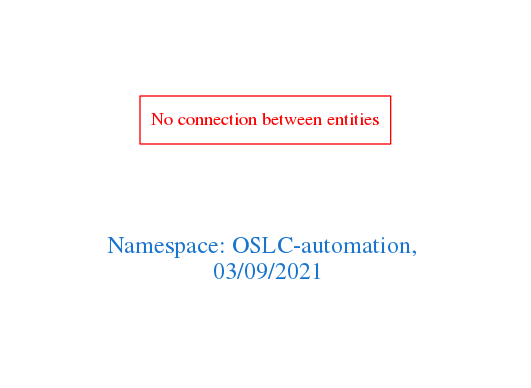
Above: downloads/OSLC-automation.png in arago/OGIT (Graphviz), before the change. Its source is kept beside it as downloads/OSLC-automation.dot.
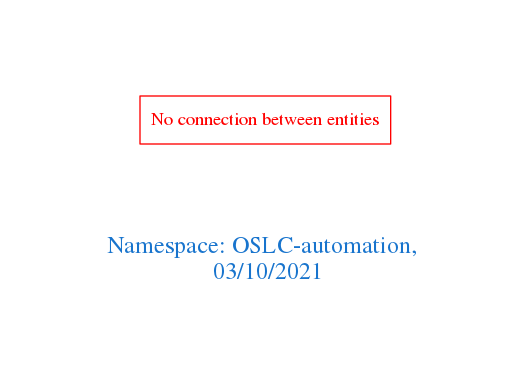
Above is the later version.

The edit, as a diff of the source:
```diff
@@ -1,7 +1,7 @@
 digraph OGIT_ontology {
  graph [ rankdir= LR,pad=1
 fontsize = 18,
-fontcolor= dodgerblue3,label = "\n\n\nNamespace: OSLC-automation, \n 03/09/2021"];
+fontcolor= dodgerblue3,label = "\n\n\nNamespace: OSLC-automation, \n 03/10/2021"];
 node[shape=polygon];
 edge [  color="gray81"];
 
```
